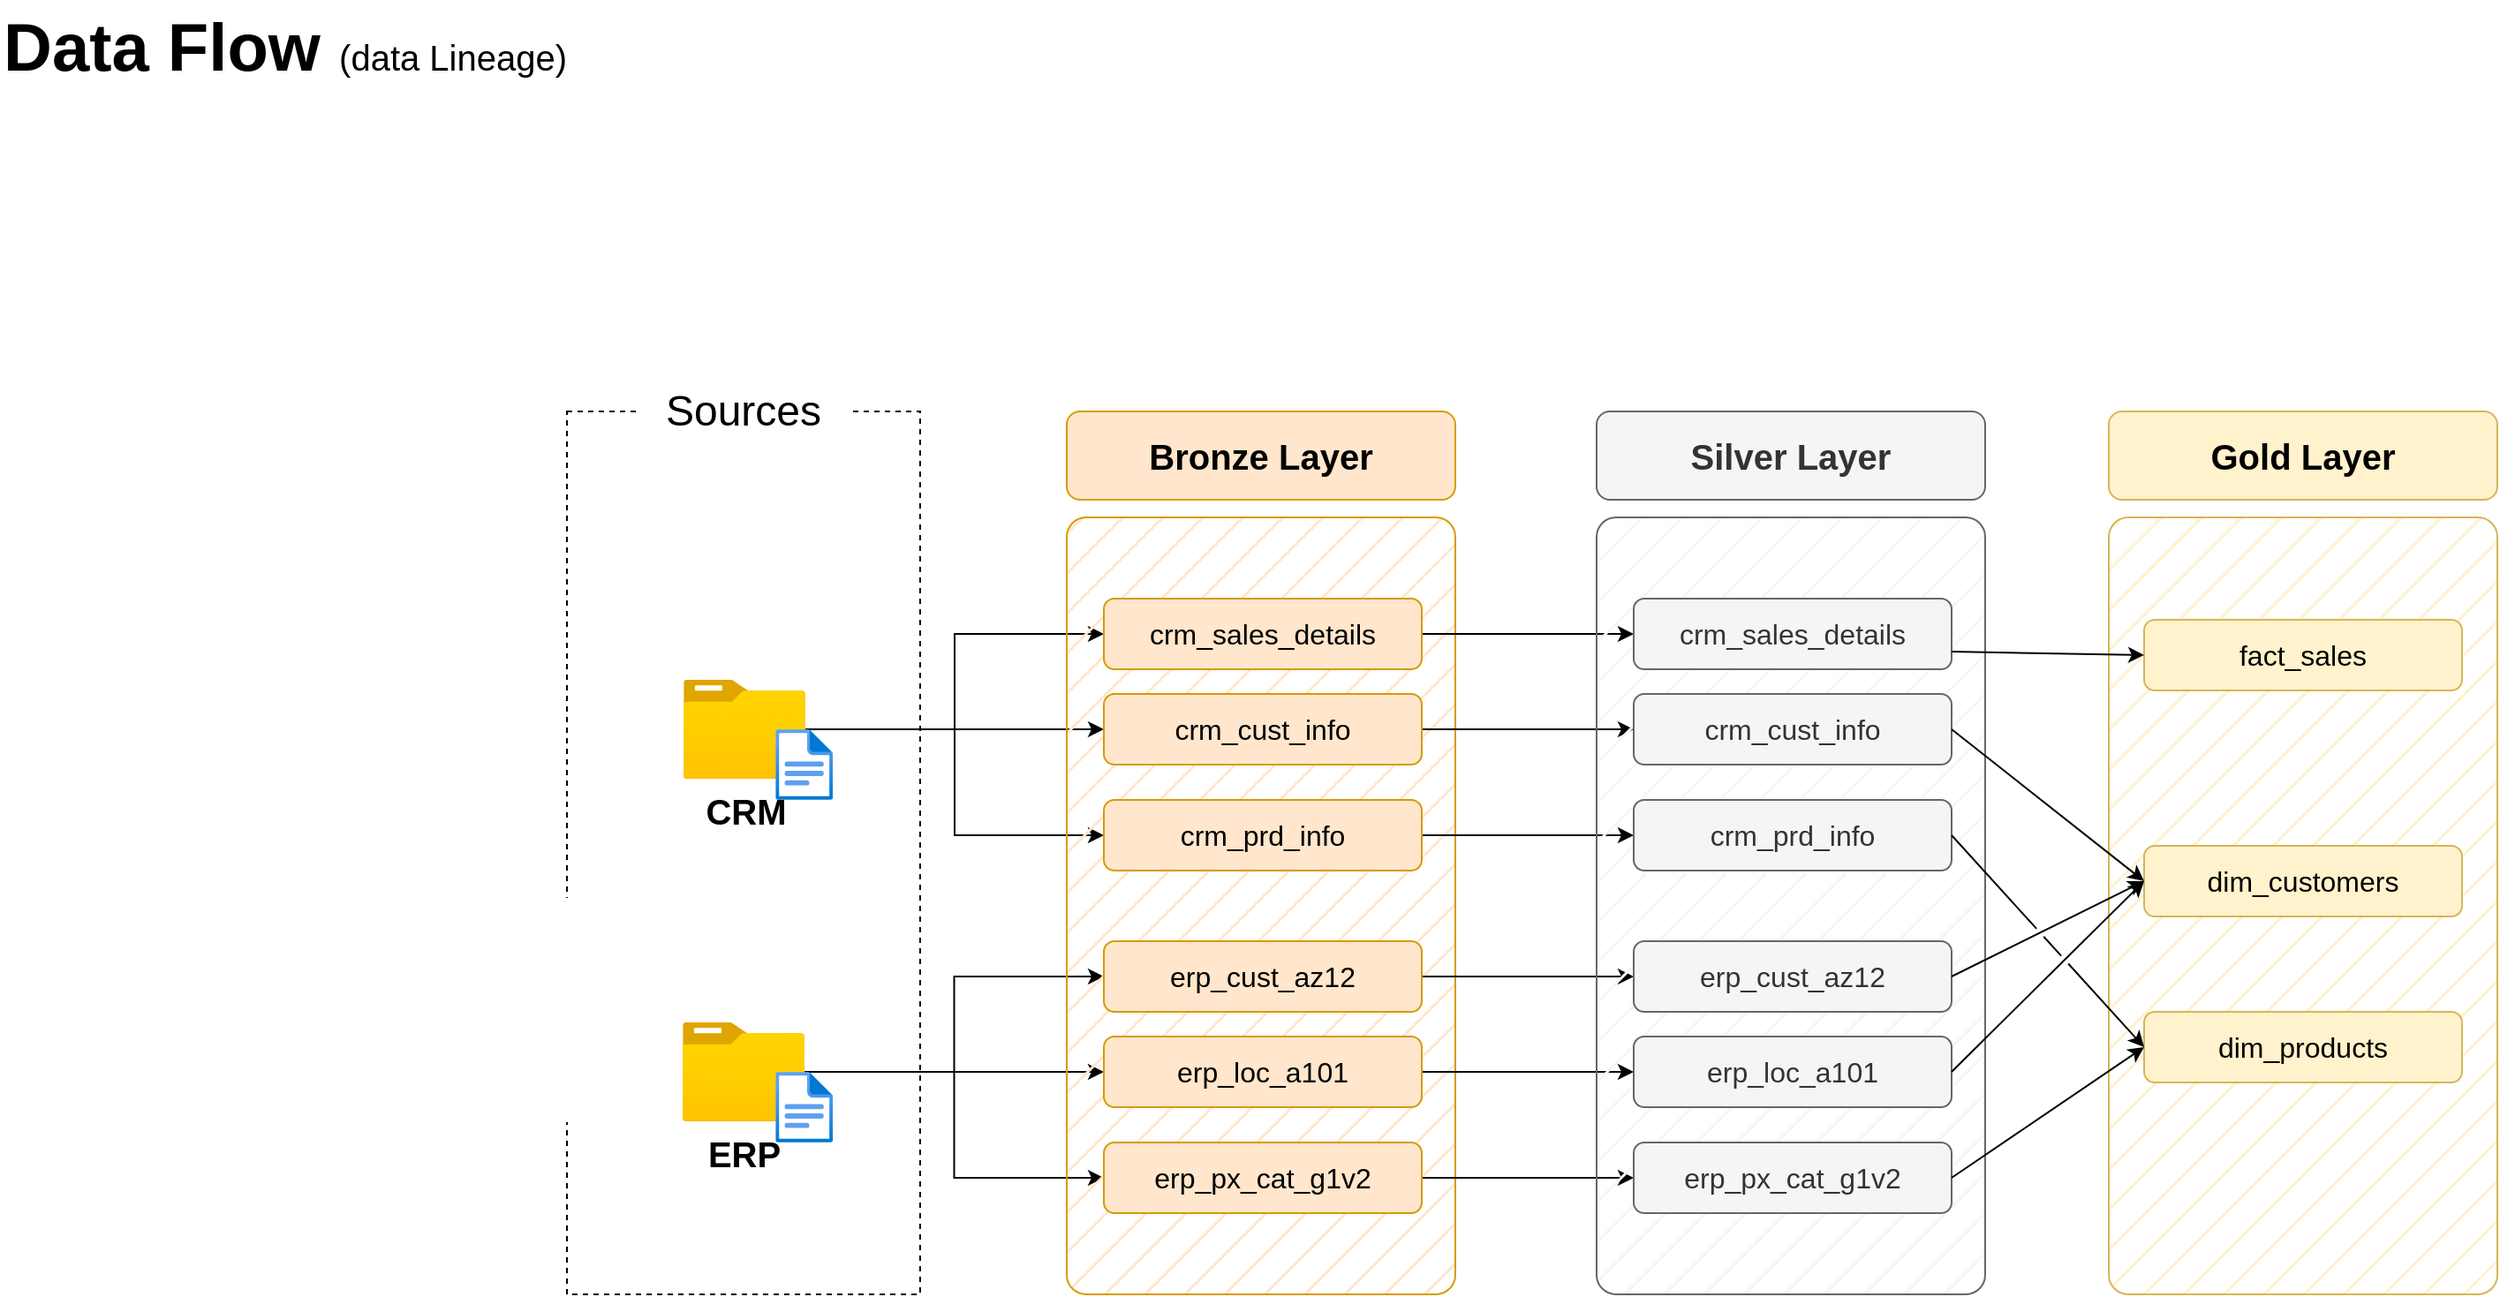
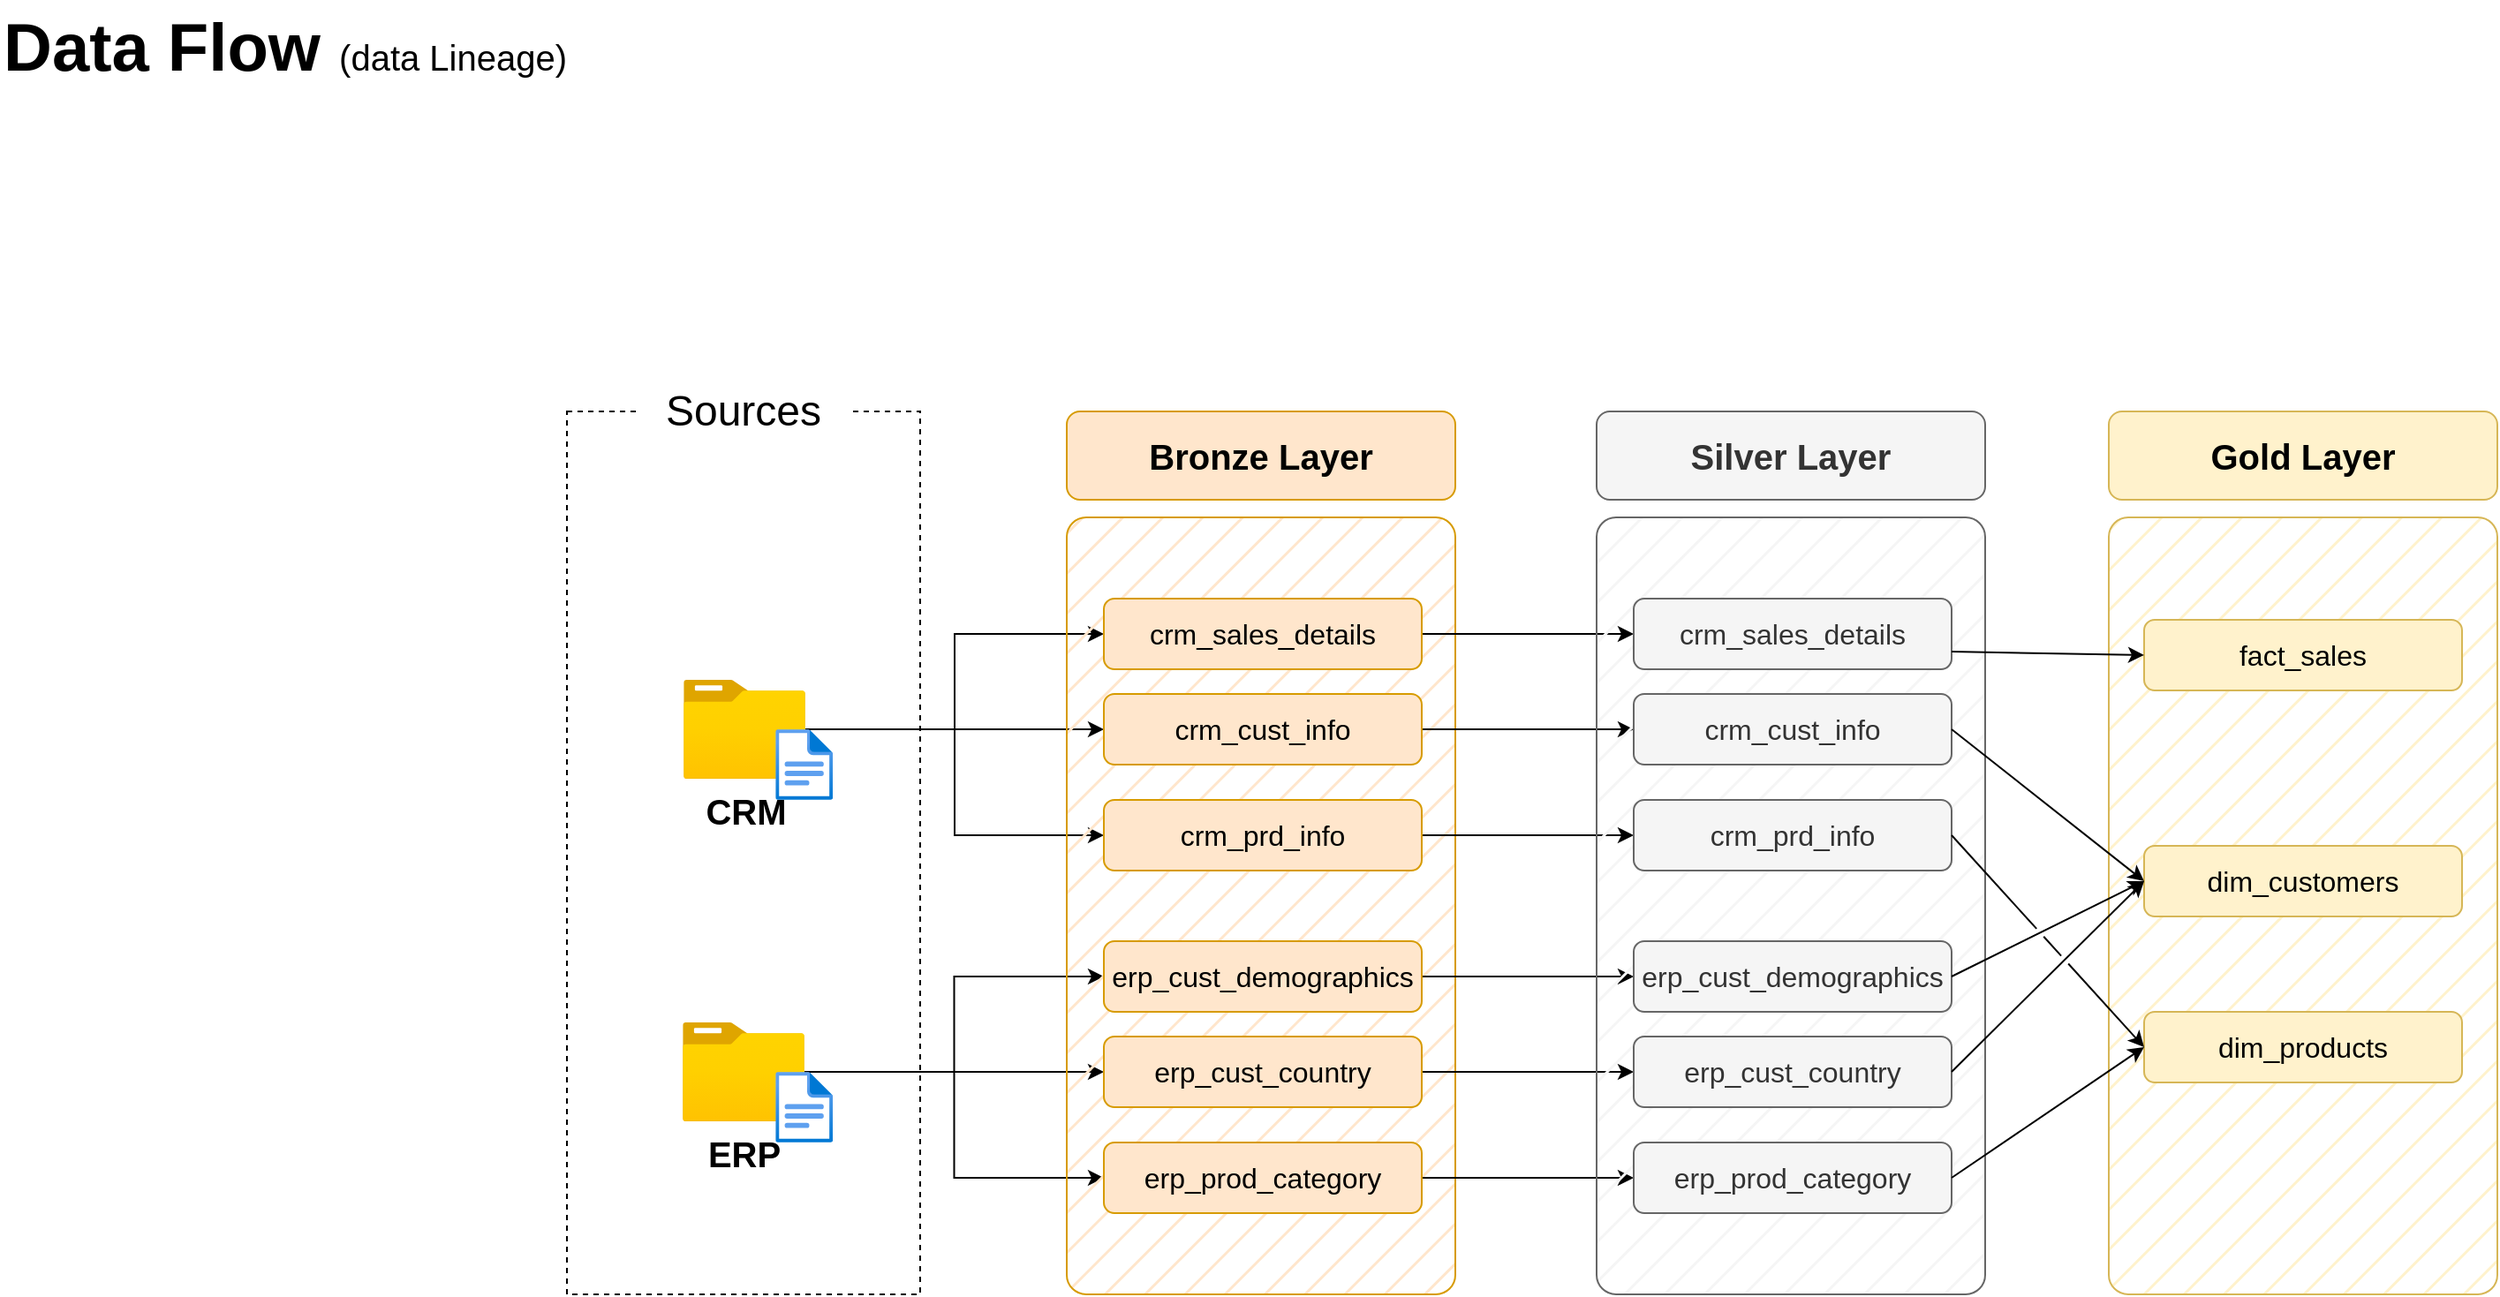
<mxfile host="Electron" modified="2024-12-31T10:13:37.116Z" agent="Mozilla/5.0 (Windows NT 10.0; Win64; x64) AppleWebKit/537.36 (KHTML, like Gecko) draw.io/23.0.2 Chrome/120.0.6099.109 Electron/28.1.0 Safari/537.36" etag="VTqwYRbwHGyutAnA-gKm" version="23.0.2" type="device">
  <diagram name="Data Flow" id="qsl-yLtg4liw6EHXuBID">
    <mxGraphModel dx="1221" dy="725" grid="1" gridSize="10" guides="1" tooltips="1" connect="1" arrows="1" fold="1" page="1" pageScale="1" pageWidth="1920" pageHeight="1200" math="0" shadow="0">
      <root>
        <mxCell id="PmAsDYt7ePFWswJWPdAt-0" />
        <mxCell id="PmAsDYt7ePFWswJWPdAt-1" parent="PmAsDYt7ePFWswJWPdAt-0" />
        <mxCell id="N5Wro9hiEPlnRRx0mENQ-124" value="&lt;font style=&quot;&quot;&gt;&lt;b&gt;Data Flow &lt;/b&gt;&lt;font style=&quot;font-size: 20px;&quot;&gt;(data Lineage)&lt;/font&gt;&lt;br style=&quot;font-size: 38px;&quot;&gt;&lt;/font&gt;" style="text;html=1;strokeColor=none;fillColor=none;align=left;verticalAlign=middle;whiteSpace=wrap;rounded=0;fontSize=38;fontFamily=Helvetica;" parent="PmAsDYt7ePFWswJWPdAt-1" vertex="1">
          <mxGeometry x="69" y="47" width="396" height="54" as="geometry" />
        </mxCell>
        <mxCell id="n8bJTZ1ovyGtcUzWuUE2-2" value="" style="rounded=0;whiteSpace=wrap;html=1;fillColor=none;dashed=1;" parent="PmAsDYt7ePFWswJWPdAt-1" vertex="1">
          <mxGeometry x="390" y="280" width="200" height="500" as="geometry" />
        </mxCell>
        <mxCell id="n8bJTZ1ovyGtcUzWuUE2-3" value="&lt;font style=&quot;font-size: 24px;&quot;&gt;Sources&lt;/font&gt;" style="rounded=1;whiteSpace=wrap;html=1;strokeColor=none;" parent="PmAsDYt7ePFWswJWPdAt-1" vertex="1">
          <mxGeometry x="430" y="260" width="120" height="40" as="geometry" />
        </mxCell>
        <mxCell id="D8R9sGTT4eO_Y8YIvJOX-3" style="edgeStyle=orthogonalEdgeStyle;rounded=0;orthogonalLoop=1;jettySize=auto;html=1;entryX=0;entryY=0.5;entryDx=0;entryDy=0;" parent="PmAsDYt7ePFWswJWPdAt-1" source="4ZKNdrfmacIxx5nxEuMF-0" target="hnOc7kBfibrwKYlpnwC0-0" edge="1">
          <mxGeometry relative="1" as="geometry" />
        </mxCell>
        <mxCell id="D8R9sGTT4eO_Y8YIvJOX-4" style="edgeStyle=orthogonalEdgeStyle;rounded=0;orthogonalLoop=1;jettySize=auto;html=1;entryX=0;entryY=0.5;entryDx=0;entryDy=0;" parent="PmAsDYt7ePFWswJWPdAt-1" source="4ZKNdrfmacIxx5nxEuMF-0" target="5szykNnx05lKGsdo6Biz-0" edge="1">
          <mxGeometry relative="1" as="geometry" />
        </mxCell>
        <mxCell id="D8R9sGTT4eO_Y8YIvJOX-5" style="edgeStyle=orthogonalEdgeStyle;rounded=0;orthogonalLoop=1;jettySize=auto;html=1;entryX=0;entryY=0.5;entryDx=0;entryDy=0;" parent="PmAsDYt7ePFWswJWPdAt-1" source="4ZKNdrfmacIxx5nxEuMF-0" target="hnOc7kBfibrwKYlpnwC0-1" edge="1">
          <mxGeometry relative="1" as="geometry" />
        </mxCell>
        <mxCell id="4ZKNdrfmacIxx5nxEuMF-0" value="&lt;font style=&quot;font-size: 20px;&quot;&gt;&lt;b&gt;CRM&lt;/b&gt;&lt;/font&gt;" style="image;aspect=fixed;html=1;points=[];align=center;fontSize=12;image=img/lib/azure2/general/Folder_Blank.svg;" parent="PmAsDYt7ePFWswJWPdAt-1" vertex="1">
          <mxGeometry x="456" y="432" width="69" height="56.00000000000001" as="geometry" />
        </mxCell>
        <mxCell id="-fXMBUoAsH7tqhl6yJGk-2" style="edgeStyle=orthogonalEdgeStyle;rounded=0;orthogonalLoop=1;jettySize=auto;html=1;entryX=0;entryY=0.5;entryDx=0;entryDy=0;" parent="PmAsDYt7ePFWswJWPdAt-1" source="4ZKNdrfmacIxx5nxEuMF-4" target="D8R9sGTT4eO_Y8YIvJOX-8" edge="1">
          <mxGeometry relative="1" as="geometry" />
        </mxCell>
        <mxCell id="-fXMBUoAsH7tqhl6yJGk-3" style="edgeStyle=orthogonalEdgeStyle;rounded=0;orthogonalLoop=1;jettySize=auto;html=1;entryX=0;entryY=0.5;entryDx=0;entryDy=0;" parent="PmAsDYt7ePFWswJWPdAt-1" source="4ZKNdrfmacIxx5nxEuMF-4" target="D8R9sGTT4eO_Y8YIvJOX-6" edge="1">
          <mxGeometry relative="1" as="geometry" />
        </mxCell>
        <mxCell id="-fXMBUoAsH7tqhl6yJGk-4" style="edgeStyle=orthogonalEdgeStyle;rounded=0;orthogonalLoop=1;jettySize=auto;html=1;" parent="PmAsDYt7ePFWswJWPdAt-1" source="4ZKNdrfmacIxx5nxEuMF-4" target="D8R9sGTT4eO_Y8YIvJOX-7" edge="1">
          <mxGeometry relative="1" as="geometry" />
        </mxCell>
        <mxCell id="4ZKNdrfmacIxx5nxEuMF-4" value="&lt;font style=&quot;font-size: 20px;&quot;&gt;&lt;b&gt;ERP&lt;/b&gt;&lt;/font&gt;" style="image;aspect=fixed;html=1;points=[];align=center;fontSize=12;image=img/lib/azure2/general/Folder_Blank.svg;" parent="PmAsDYt7ePFWswJWPdAt-1" vertex="1">
          <mxGeometry x="455.5" y="626" width="69" height="56.00000000000001" as="geometry" />
        </mxCell>
        <mxCell id="4ZKNdrfmacIxx5nxEuMF-5" value="" style="rounded=1;whiteSpace=wrap;html=1;fillColor=#ffe6cc;strokeColor=#d79b00;fillStyle=hatch;arcSize=5;" parent="PmAsDYt7ePFWswJWPdAt-1" vertex="1">
          <mxGeometry x="673" y="340" width="220" height="440" as="geometry" />
        </mxCell>
        <mxCell id="4ZKNdrfmacIxx5nxEuMF-6" value="Bronze Layer" style="rounded=1;whiteSpace=wrap;html=1;fillColor=#ffe6cc;strokeColor=#d79b00;fontSize=20;fontStyle=1" parent="PmAsDYt7ePFWswJWPdAt-1" vertex="1">
          <mxGeometry x="673" y="280" width="220" height="50" as="geometry" />
        </mxCell>
        <mxCell id="-fXMBUoAsH7tqhl6yJGk-13" style="edgeStyle=orthogonalEdgeStyle;rounded=0;orthogonalLoop=1;jettySize=auto;html=1;entryX=0;entryY=0.5;entryDx=0;entryDy=0;" parent="PmAsDYt7ePFWswJWPdAt-1" source="5szykNnx05lKGsdo6Biz-0" target="-fXMBUoAsH7tqhl6yJGk-7" edge="1">
          <mxGeometry relative="1" as="geometry" />
        </mxCell>
        <mxCell id="5szykNnx05lKGsdo6Biz-0" value="crm_sales_details" style="rounded=1;whiteSpace=wrap;html=1;fillColor=#ffe6cc;strokeColor=#d79b00;fontSize=16;fontStyle=0" parent="PmAsDYt7ePFWswJWPdAt-1" vertex="1">
          <mxGeometry x="694" y="386" width="180" height="40" as="geometry" />
        </mxCell>
        <mxCell id="-fXMBUoAsH7tqhl6yJGk-14" style="edgeStyle=orthogonalEdgeStyle;rounded=0;orthogonalLoop=1;jettySize=auto;html=1;" parent="PmAsDYt7ePFWswJWPdAt-1" source="hnOc7kBfibrwKYlpnwC0-0" target="-fXMBUoAsH7tqhl6yJGk-8" edge="1">
          <mxGeometry relative="1" as="geometry" />
        </mxCell>
        <mxCell id="hnOc7kBfibrwKYlpnwC0-0" value="crm_cust_info" style="rounded=1;whiteSpace=wrap;html=1;fillColor=#ffe6cc;strokeColor=#d79b00;fontSize=16;fontStyle=0" parent="PmAsDYt7ePFWswJWPdAt-1" vertex="1">
          <mxGeometry x="694" y="440" width="180" height="40" as="geometry" />
        </mxCell>
        <mxCell id="-fXMBUoAsH7tqhl6yJGk-15" style="edgeStyle=orthogonalEdgeStyle;rounded=0;orthogonalLoop=1;jettySize=auto;html=1;entryX=0;entryY=0.5;entryDx=0;entryDy=0;" parent="PmAsDYt7ePFWswJWPdAt-1" source="hnOc7kBfibrwKYlpnwC0-1" target="-fXMBUoAsH7tqhl6yJGk-9" edge="1">
          <mxGeometry relative="1" as="geometry" />
        </mxCell>
        <mxCell id="hnOc7kBfibrwKYlpnwC0-1" value="crm_prd_info" style="rounded=1;whiteSpace=wrap;html=1;fillColor=#ffe6cc;strokeColor=#d79b00;fontSize=16;fontStyle=0" parent="PmAsDYt7ePFWswJWPdAt-1" vertex="1">
          <mxGeometry x="694" y="500" width="180" height="40" as="geometry" />
        </mxCell>
        <mxCell id="-fXMBUoAsH7tqhl6yJGk-16" style="edgeStyle=orthogonalEdgeStyle;rounded=0;orthogonalLoop=1;jettySize=auto;html=1;entryX=0;entryY=0.5;entryDx=0;entryDy=0;" parent="PmAsDYt7ePFWswJWPdAt-1" source="D8R9sGTT4eO_Y8YIvJOX-6" target="-fXMBUoAsH7tqhl6yJGk-10" edge="1">
          <mxGeometry relative="1" as="geometry" />
        </mxCell>
-         <mxCell id="D8R9sGTT4eO_Y8YIvJOX-6" value="erp_cust_az12" style="rounded=1;whiteSpace=wrap;html=1;fillColor=#ffe6cc;strokeColor=#d79b00;fontSize=16;fontStyle=0" parent="PmAsDYt7ePFWswJWPdAt-1" vertex="1">
+         <mxCell id="D8R9sGTT4eO_Y8YIvJOX-6" value="erp_cust_demographics" style="rounded=1;whiteSpace=wrap;html=1;fillColor=#ffe6cc;strokeColor=#d79b00;fontSize=16;fontStyle=0" parent="PmAsDYt7ePFWswJWPdAt-1" vertex="1">
          <mxGeometry x="694" y="580" width="180" height="40" as="geometry" />
        </mxCell>
        <mxCell id="-fXMBUoAsH7tqhl6yJGk-17" style="edgeStyle=orthogonalEdgeStyle;rounded=0;orthogonalLoop=1;jettySize=auto;html=1;entryX=0;entryY=0.5;entryDx=0;entryDy=0;" parent="PmAsDYt7ePFWswJWPdAt-1" source="D8R9sGTT4eO_Y8YIvJOX-7" target="-fXMBUoAsH7tqhl6yJGk-11" edge="1">
          <mxGeometry relative="1" as="geometry" />
        </mxCell>
-         <mxCell id="D8R9sGTT4eO_Y8YIvJOX-7" value="erp_loc_a101" style="rounded=1;whiteSpace=wrap;html=1;fillColor=#ffe6cc;strokeColor=#d79b00;fontSize=16;fontStyle=0" parent="PmAsDYt7ePFWswJWPdAt-1" vertex="1">
+         <mxCell id="D8R9sGTT4eO_Y8YIvJOX-7" value="erp_cust_country" style="rounded=1;whiteSpace=wrap;html=1;fillColor=#ffe6cc;strokeColor=#d79b00;fontSize=16;fontStyle=0" parent="PmAsDYt7ePFWswJWPdAt-1" vertex="1">
          <mxGeometry x="694" y="634" width="180" height="40" as="geometry" />
        </mxCell>
        <mxCell id="-fXMBUoAsH7tqhl6yJGk-18" style="edgeStyle=orthogonalEdgeStyle;rounded=0;orthogonalLoop=1;jettySize=auto;html=1;entryX=0;entryY=0.5;entryDx=0;entryDy=0;" parent="PmAsDYt7ePFWswJWPdAt-1" source="D8R9sGTT4eO_Y8YIvJOX-8" target="-fXMBUoAsH7tqhl6yJGk-12" edge="1">
          <mxGeometry relative="1" as="geometry" />
        </mxCell>
-         <mxCell id="D8R9sGTT4eO_Y8YIvJOX-8" value="erp_px_cat_g1v2" style="rounded=1;whiteSpace=wrap;html=1;fillColor=#ffe6cc;strokeColor=#d79b00;fontSize=16;fontStyle=0" parent="PmAsDYt7ePFWswJWPdAt-1" vertex="1">
+         <mxCell id="D8R9sGTT4eO_Y8YIvJOX-8" value="erp_prod_category" style="rounded=1;whiteSpace=wrap;html=1;fillColor=#ffe6cc;strokeColor=#d79b00;fontSize=16;fontStyle=0" parent="PmAsDYt7ePFWswJWPdAt-1" vertex="1">
          <mxGeometry x="694" y="694" width="180" height="40" as="geometry" />
        </mxCell>
        <mxCell id="-fXMBUoAsH7tqhl6yJGk-5" value="" style="rounded=1;whiteSpace=wrap;html=1;fillColor=#f5f5f5;strokeColor=#666666;fillStyle=hatch;arcSize=5;fontColor=#333333;" parent="PmAsDYt7ePFWswJWPdAt-1" vertex="1">
          <mxGeometry x="973" y="340" width="220" height="440" as="geometry" />
        </mxCell>
        <mxCell id="-fXMBUoAsH7tqhl6yJGk-6" value="Silver Layer" style="rounded=1;whiteSpace=wrap;html=1;fillColor=#f5f5f5;strokeColor=#666666;fontSize=20;fontStyle=1;fontColor=#333333;" parent="PmAsDYt7ePFWswJWPdAt-1" vertex="1">
          <mxGeometry x="973" y="280" width="220" height="50" as="geometry" />
        </mxCell>
        <mxCell id="-fXMBUoAsH7tqhl6yJGk-7" value="crm_sales_details" style="rounded=1;whiteSpace=wrap;html=1;fillColor=#f5f5f5;strokeColor=#666666;fontSize=16;fontStyle=0;fontColor=#333333;" parent="PmAsDYt7ePFWswJWPdAt-1" vertex="1">
          <mxGeometry x="994" y="386" width="180" height="40" as="geometry" />
        </mxCell>
        <mxCell id="-fXMBUoAsH7tqhl6yJGk-8" value="crm_cust_info" style="rounded=1;whiteSpace=wrap;html=1;fillColor=#f5f5f5;strokeColor=#666666;fontSize=16;fontStyle=0;fontColor=#333333;" parent="PmAsDYt7ePFWswJWPdAt-1" vertex="1">
          <mxGeometry x="994" y="440" width="180" height="40" as="geometry" />
        </mxCell>
        <mxCell id="-fXMBUoAsH7tqhl6yJGk-9" value="crm_prd_info" style="rounded=1;whiteSpace=wrap;html=1;fillColor=#f5f5f5;strokeColor=#666666;fontSize=16;fontStyle=0;fontColor=#333333;" parent="PmAsDYt7ePFWswJWPdAt-1" vertex="1">
          <mxGeometry x="994" y="500" width="180" height="40" as="geometry" />
        </mxCell>
-         <mxCell id="-fXMBUoAsH7tqhl6yJGk-10" value="erp_cust_az12" style="rounded=1;whiteSpace=wrap;html=1;fillColor=#f5f5f5;strokeColor=#666666;fontSize=16;fontStyle=0;fontColor=#333333;" parent="PmAsDYt7ePFWswJWPdAt-1" vertex="1">
+         <mxCell id="-fXMBUoAsH7tqhl6yJGk-10" value="erp_cust_demographics" style="rounded=1;whiteSpace=wrap;html=1;fillColor=#f5f5f5;strokeColor=#666666;fontSize=16;fontStyle=0;fontColor=#333333;" parent="PmAsDYt7ePFWswJWPdAt-1" vertex="1">
          <mxGeometry x="994" y="580" width="180" height="40" as="geometry" />
        </mxCell>
-         <mxCell id="-fXMBUoAsH7tqhl6yJGk-11" value="erp_loc_a101" style="rounded=1;whiteSpace=wrap;html=1;fillColor=#f5f5f5;strokeColor=#666666;fontSize=16;fontStyle=0;fontColor=#333333;" parent="PmAsDYt7ePFWswJWPdAt-1" vertex="1">
+         <mxCell id="-fXMBUoAsH7tqhl6yJGk-11" value="erp_cust_country" style="rounded=1;whiteSpace=wrap;html=1;fillColor=#f5f5f5;strokeColor=#666666;fontSize=16;fontStyle=0;fontColor=#333333;" parent="PmAsDYt7ePFWswJWPdAt-1" vertex="1">
          <mxGeometry x="994" y="634" width="180" height="40" as="geometry" />
        </mxCell>
-         <mxCell id="-fXMBUoAsH7tqhl6yJGk-12" value="erp_px_cat_g1v2" style="rounded=1;whiteSpace=wrap;html=1;fillColor=#f5f5f5;strokeColor=#666666;fontSize=16;fontStyle=0;fontColor=#333333;" parent="PmAsDYt7ePFWswJWPdAt-1" vertex="1">
+         <mxCell id="-fXMBUoAsH7tqhl6yJGk-12" value="erp_prod_category" style="rounded=1;whiteSpace=wrap;html=1;fillColor=#f5f5f5;strokeColor=#666666;fontSize=16;fontStyle=0;fontColor=#333333;" parent="PmAsDYt7ePFWswJWPdAt-1" vertex="1">
          <mxGeometry x="994" y="694" width="180" height="40" as="geometry" />
        </mxCell>
        <mxCell id="-fXMBUoAsH7tqhl6yJGk-19" value="" style="rounded=1;whiteSpace=wrap;html=1;fillColor=#fff2cc;strokeColor=#d6b656;fillStyle=hatch;arcSize=5;" parent="PmAsDYt7ePFWswJWPdAt-1" vertex="1">
          <mxGeometry x="1263" y="340" width="220" height="440" as="geometry" />
        </mxCell>
        <mxCell id="-fXMBUoAsH7tqhl6yJGk-20" value="Gold Layer" style="rounded=1;whiteSpace=wrap;html=1;fillColor=#fff2cc;strokeColor=#d6b656;fontSize=20;fontStyle=1;" parent="PmAsDYt7ePFWswJWPdAt-1" vertex="1">
          <mxGeometry x="1263" y="280" width="220" height="50" as="geometry" />
        </mxCell>
        <mxCell id="-fXMBUoAsH7tqhl6yJGk-21" value="fact_sales" style="rounded=1;whiteSpace=wrap;html=1;fillColor=#fff2cc;strokeColor=#d6b656;fontSize=16;fontStyle=0;" parent="PmAsDYt7ePFWswJWPdAt-1" vertex="1">
          <mxGeometry x="1283" y="398" width="180" height="40" as="geometry" />
        </mxCell>
        <mxCell id="-fXMBUoAsH7tqhl6yJGk-22" value="dim_customers" style="rounded=1;whiteSpace=wrap;html=1;fillColor=#fff2cc;strokeColor=#d6b656;fontSize=16;fontStyle=0;" parent="PmAsDYt7ePFWswJWPdAt-1" vertex="1">
          <mxGeometry x="1283" y="526" width="180" height="40" as="geometry" />
        </mxCell>
        <mxCell id="-fXMBUoAsH7tqhl6yJGk-23" value="dim_products" style="rounded=1;whiteSpace=wrap;html=1;fillColor=#fff2cc;strokeColor=#d6b656;fontSize=16;fontStyle=0;" parent="PmAsDYt7ePFWswJWPdAt-1" vertex="1">
          <mxGeometry x="1283" y="620" width="180" height="40" as="geometry" />
        </mxCell>
        <mxCell id="rLLwbepbl8jkTRF7aM6J-0" value="" style="endArrow=classic;html=1;rounded=0;exitX=1;exitY=0.75;exitDx=0;exitDy=0;entryX=0;entryY=0.5;entryDx=0;entryDy=0;" parent="PmAsDYt7ePFWswJWPdAt-1" source="-fXMBUoAsH7tqhl6yJGk-7" target="-fXMBUoAsH7tqhl6yJGk-21" edge="1">
          <mxGeometry width="50" height="50" relative="1" as="geometry">
            <mxPoint x="1203" y="510" as="sourcePoint" />
            <mxPoint x="1253" y="460" as="targetPoint" />
          </mxGeometry>
        </mxCell>
        <mxCell id="rLLwbepbl8jkTRF7aM6J-2" value="" style="endArrow=classic;html=1;rounded=0;exitX=1;exitY=0.5;exitDx=0;exitDy=0;entryX=0;entryY=0.5;entryDx=0;entryDy=0;jumpStyle=gap;" parent="PmAsDYt7ePFWswJWPdAt-1" source="-fXMBUoAsH7tqhl6yJGk-8" target="-fXMBUoAsH7tqhl6yJGk-22" edge="1">
          <mxGeometry width="50" height="50" relative="1" as="geometry">
            <mxPoint x="1184" y="426" as="sourcePoint" />
            <mxPoint x="1303" y="430" as="targetPoint" />
          </mxGeometry>
        </mxCell>
        <mxCell id="rLLwbepbl8jkTRF7aM6J-3" value="" style="endArrow=classic;html=1;rounded=0;exitX=1;exitY=0.5;exitDx=0;exitDy=0;entryX=0;entryY=0.5;entryDx=0;entryDy=0;jumpStyle=gap;" parent="PmAsDYt7ePFWswJWPdAt-1" source="-fXMBUoAsH7tqhl6yJGk-10" target="-fXMBUoAsH7tqhl6yJGk-22" edge="1">
          <mxGeometry width="50" height="50" relative="1" as="geometry">
            <mxPoint x="1184" y="470" as="sourcePoint" />
            <mxPoint x="1293" y="556" as="targetPoint" />
          </mxGeometry>
        </mxCell>
        <mxCell id="rLLwbepbl8jkTRF7aM6J-4" value="" style="endArrow=classic;html=1;rounded=0;exitX=1;exitY=0.5;exitDx=0;exitDy=0;entryX=0;entryY=0.5;entryDx=0;entryDy=0;jumpStyle=gap;" parent="PmAsDYt7ePFWswJWPdAt-1" source="-fXMBUoAsH7tqhl6yJGk-11" target="-fXMBUoAsH7tqhl6yJGk-22" edge="1">
          <mxGeometry width="50" height="50" relative="1" as="geometry">
            <mxPoint x="1184" y="610" as="sourcePoint" />
            <mxPoint x="1293" y="556" as="targetPoint" />
          </mxGeometry>
        </mxCell>
        <mxCell id="_nexJ7K3K1sAFrfDnuwc-0" value="" style="endArrow=classic;html=1;rounded=0;exitX=1;exitY=0.5;exitDx=0;exitDy=0;entryX=0;entryY=0.5;entryDx=0;entryDy=0;jumpStyle=gap;" parent="PmAsDYt7ePFWswJWPdAt-1" source="-fXMBUoAsH7tqhl6yJGk-9" target="-fXMBUoAsH7tqhl6yJGk-23" edge="1">
          <mxGeometry width="50" height="50" relative="1" as="geometry">
            <mxPoint x="1184" y="470" as="sourcePoint" />
            <mxPoint x="1293" y="556" as="targetPoint" />
          </mxGeometry>
        </mxCell>
        <mxCell id="_nexJ7K3K1sAFrfDnuwc-1" value="" style="endArrow=classic;html=1;rounded=0;exitX=1;exitY=0.5;exitDx=0;exitDy=0;entryX=0;entryY=0.5;entryDx=0;entryDy=0;jumpStyle=gap;" parent="PmAsDYt7ePFWswJWPdAt-1" source="-fXMBUoAsH7tqhl6yJGk-12" target="-fXMBUoAsH7tqhl6yJGk-23" edge="1">
          <mxGeometry width="50" height="50" relative="1" as="geometry">
            <mxPoint x="1184" y="530" as="sourcePoint" />
            <mxPoint x="1293" y="650" as="targetPoint" />
          </mxGeometry>
        </mxCell>
        <mxCell id="hYor6iIa-aKugMJ0ksJW-2" value="" style="image;aspect=fixed;html=1;points=[];align=center;fontSize=12;image=img/lib/azure2/general/File.svg;" parent="PmAsDYt7ePFWswJWPdAt-1" vertex="1">
          <mxGeometry x="508.12" y="460" width="32.46" height="40" as="geometry" />
        </mxCell>
        <mxCell id="hYor6iIa-aKugMJ0ksJW-4" value="" style="image;aspect=fixed;html=1;points=[];align=center;fontSize=12;image=img/lib/azure2/general/File.svg;" parent="PmAsDYt7ePFWswJWPdAt-1" vertex="1">
          <mxGeometry x="508.12" y="654" width="32.46" height="40" as="geometry" />
        </mxCell>
      </root>
    </mxGraphModel>
  </diagram>
</mxfile>
